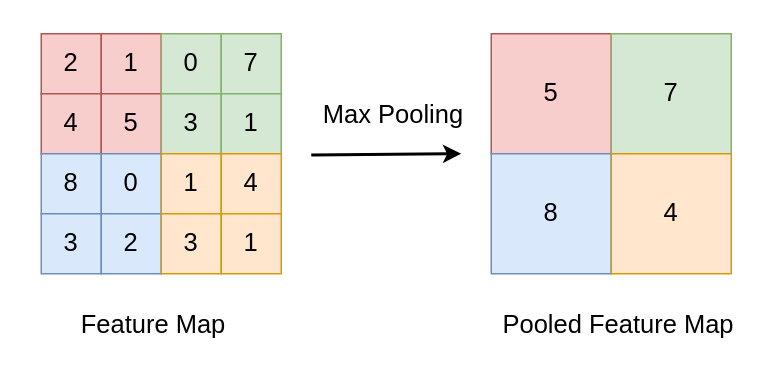
Before: max_pooling.drawio in cascoatle/fj_project, a draw.io diagram. Source tidied: cells renumbered, new cells numbered last; positions are measured from the earlier drawing's top-left corner, leaving out a move shared by most shapes. Both pictures are drawn from the tidied source at 150%, with x=0, y=0 at pixel (26, 33).
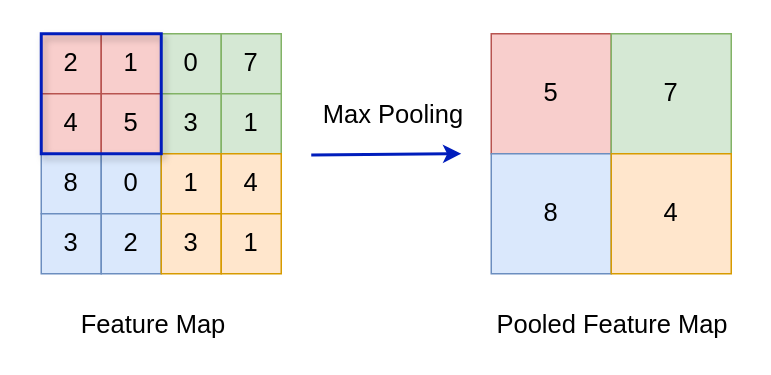
The same page after the edit.

The edit, as a diff of the source:
```diff
@@
-    <mxCell id="2" style="whiteSpace=wrap;html=1;fillColor=#f8cecc;strokeColor=#b85450;" parent="1" vertex="1">
+    <mxCell id="2" style="whiteSpace=wrap;html=1;fillColor=#f8cecc;strokeColor=#b85450;gradientColor=none;" parent="1" vertex="1">
       <mxGeometry x="10" width="40" height="40" as="geometry" />
     </mxCell>
-    <mxCell id="3" style="whiteSpace=wrap;html=1;fillColor=#f8cecc;strokeColor=#b85450;" parent="1" vertex="1">
+    <mxCell id="3" style="whiteSpace=wrap;html=1;fillColor=#f8cecc;strokeColor=#b85450;gradientColor=none;" parent="1" vertex="1">
       <mxGeometry x="50" width="40" height="40" as="geometry" />
     </mxCell>
@@
-    <mxCell id="7" style="whiteSpace=wrap;html=1;fillColor=#f8cecc;strokeColor=#b85450;" parent="1" vertex="1">
+    <mxCell id="7" style="whiteSpace=wrap;html=1;fillColor=#f8cecc;strokeColor=#b85450;gradientColor=none;" parent="1" vertex="1">
       <mxGeometry x="10" y="40" width="40" height="40" as="geometry" />
     </mxCell>
-    <mxCell id="8" style="whiteSpace=wrap;html=1;fillColor=#f8cecc;strokeColor=#b85450;" parent="1" vertex="1">
+    <mxCell id="8" style="whiteSpace=wrap;html=1;fillColor=#f8cecc;strokeColor=#b85450;gradientColor=none;" parent="1" vertex="1">
       <mxGeometry x="50" y="40" width="40" height="40" as="geometry" />
     </mxCell>
@@
-    <mxCell id="43" style="endArrow=classic;html=1;rounded=0;fontSize=17;strokeWidth=2;" parent="1" edge="1">
+    <mxCell id="43" style="endArrow=classic;html=1;rounded=0;fontSize=17;strokeWidth=2;fillColor=#0050ef;strokeColor=#001DBC;" parent="1" edge="1">
       <mxGeometry relative="1" as="geometry">
         <mxPoint x="190" y="80.8" as="sourcePoint" />
         <mxPoint x="290" y="80" as="targetPoint" />
       </mxGeometry>
     </mxCell>
@@
     <mxCell id="45" value="Pooled Feature Map" style="text;html=1;strokeColor=none;fillColor=none;align=center;verticalAlign=middle;whiteSpace=wrap;rounded=0;fontSize=17;" parent="1" vertex="1">
-      <mxGeometry x="310" y="180" width="170" height="30" as="geometry" />
+      <mxGeometry x="306" y="180" width="170" height="30" as="geometry" />
     </mxCell>
+    <mxCell id="46" style="whiteSpace=wrap;html=1;strokeWidth=2;fillColor=none;fontColor=#ffffff;strokeColor=#001DBC;rounded=0;glass=0;shadow=1;" parent="1" vertex="1">
+      <mxGeometry x="10" width="80" height="80" as="geometry" />
+    </mxCell>
```
